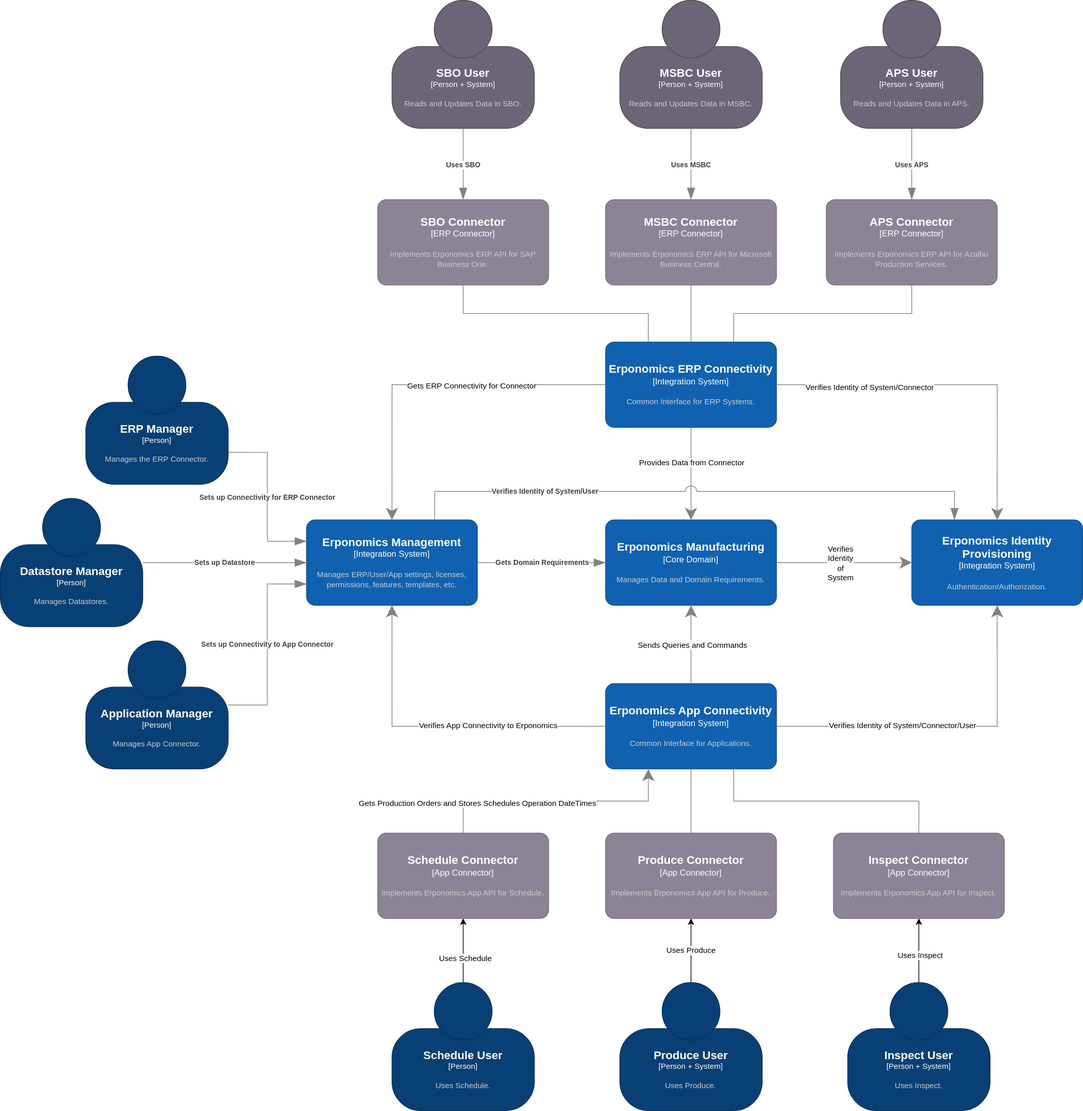
This is diagrams/erponomics-architecture.drawio.svg from azalhu/erponomics, a draw.io export, as it was before one commit. Source tidied: cells renumbered, new cells last; positions are measured from the earlier drawing's top-left corner, leaving out a move shared by most shapes.
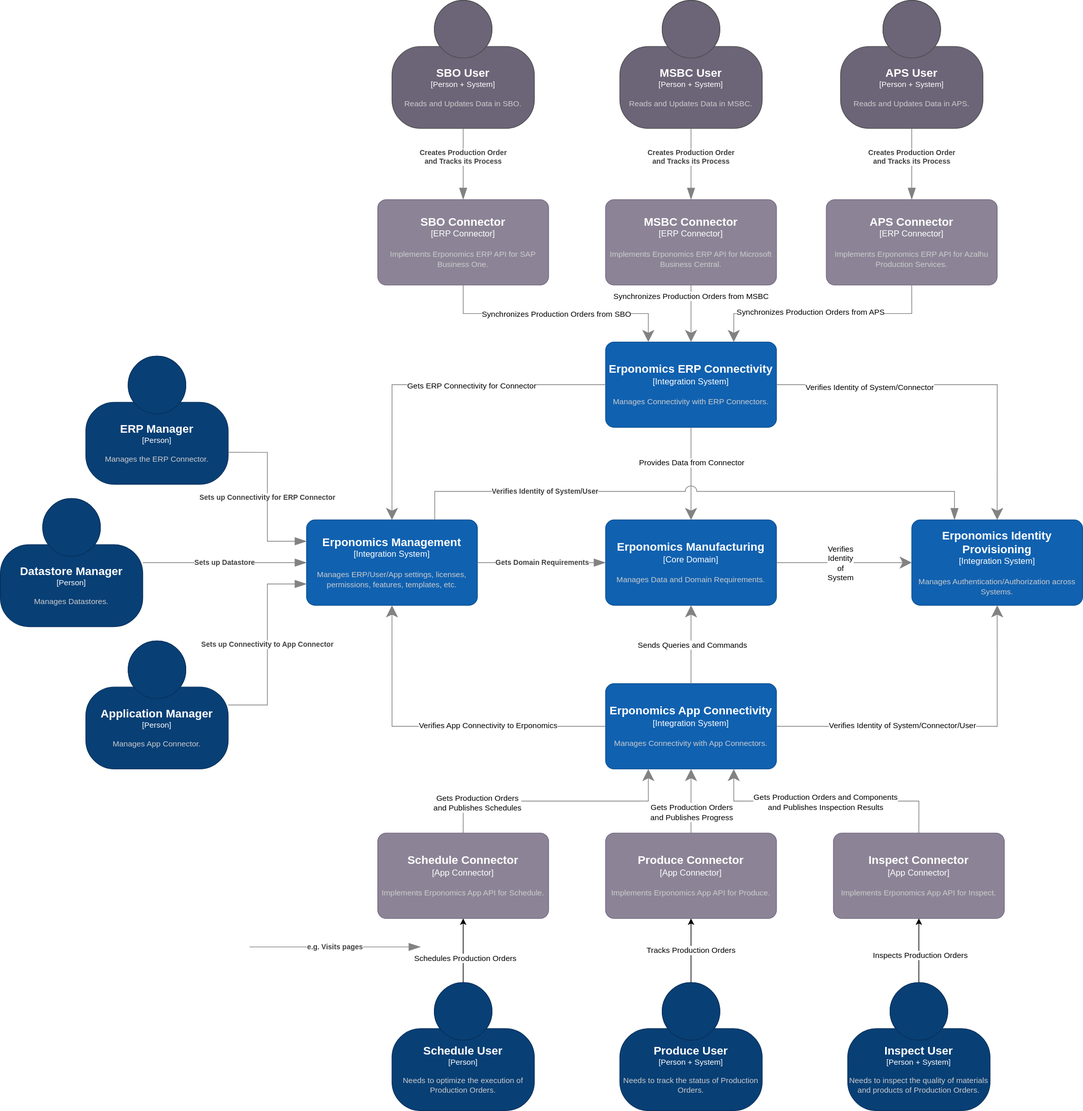
The same diagram one commit later.

The edit, as a diff of the source:
```diff
@@ -9,3 +9,3 @@
     </object>
-    <object id="3" label="&lt;font style=&quot;font-size: 16px&quot;&gt;&lt;b&gt;%c4Name%&lt;/b&gt;&lt;/font&gt;&lt;div&gt;[%c4Type%]&lt;/div&gt;&lt;br&gt;&lt;div&gt;&lt;font style=&quot;font-size: 11px&quot;&gt;&lt;font color=&quot;#cccccc&quot;&gt;%c4Description%&lt;/font&gt;&lt;/div&gt;" c4Description="Common Interface for ERP Systems." c4Name="Erponomics ERP Connectivity" c4Type="Integration System" placeholders="1">
+    <object id="3" label="&lt;font style=&quot;font-size: 16px&quot;&gt;&lt;b&gt;%c4Name%&lt;/b&gt;&lt;/font&gt;&lt;div&gt;[%c4Type%]&lt;/div&gt;&lt;br&gt;&lt;div&gt;&lt;font style=&quot;font-size: 11px&quot;&gt;&lt;font color=&quot;#cccccc&quot;&gt;%c4Description%&lt;/font&gt;&lt;/div&gt;" c4Description="Manages Connectivity with ERP Connectors." c4Name="Erponomics ERP Connectivity" c4Type="Integration System" placeholders="1">
       <mxCell style="rounded=1;whiteSpace=wrap;html=1;labelBackgroundColor=none;fillColor=#1061B0;fontColor=#ffffff;align=center;arcSize=10;strokeColor=#0D5091;points=[[0.25,0,0],[0.5,0,0],[0.75,0,0],[1,0.25,0],[1,0.5,0],[1,0.75,0],[0.75,1,0],[0.5,1,0],[0.25,1,0],[0,0.75,0],[0,0.5,0],[0,0.25,0]];" parent="1" vertex="1">
@@ -14,3 +14,3 @@
     </object>
-    <object id="4" label="&lt;font style=&quot;font-size: 16px&quot;&gt;&lt;b&gt;%c4Name%&lt;/b&gt;&lt;/font&gt;&lt;div&gt;[%c4Type%]&lt;/div&gt;&lt;br&gt;&lt;div&gt;&lt;font style=&quot;font-size: 11px&quot;&gt;&lt;font color=&quot;#cccccc&quot;&gt;%c4Description%&lt;/font&gt;&lt;/div&gt;" c4Description="Common Interface for Applications." c4Name="Erponomics App Connectivity" c4Type="Integration System" placeholders="1">
+    <object id="4" label="&lt;font style=&quot;font-size: 16px&quot;&gt;&lt;b&gt;%c4Name%&lt;/b&gt;&lt;/font&gt;&lt;div&gt;[%c4Type%]&lt;/div&gt;&lt;br&gt;&lt;div&gt;&lt;font style=&quot;font-size: 11px&quot;&gt;&lt;font color=&quot;#cccccc&quot;&gt;%c4Description%&lt;/font&gt;&lt;/div&gt;" c4Description="Manages Connectivity with App Connectors." c4Name="Erponomics App Connectivity" c4Type="Integration System" placeholders="1">
       <mxCell style="rounded=1;whiteSpace=wrap;html=1;labelBackgroundColor=none;fillColor=#1061B0;fontColor=#ffffff;align=center;arcSize=10;strokeColor=#0D5091;points=[[0.25,0,0],[0.5,0,0],[0.75,0,0],[1,0.25,0],[1,0.5,0],[1,0.75,0],[0.75,1,0],[0.5,1,0],[0.25,1,0],[0,0.75,0],[0,0.5,0],[0,0.25,0]];" parent="1" vertex="1">
@@ -24,3 +24,3 @@
     </object>
-    <object id="6" label="&lt;font style=&quot;font-size: 16px&quot;&gt;&lt;b&gt;%c4Name%&lt;/b&gt;&lt;/font&gt;&lt;div&gt;[%c4Type%]&lt;/div&gt;&lt;br&gt;&lt;div&gt;&lt;font style=&quot;font-size: 11px&quot;&gt;&lt;font color=&quot;#cccccc&quot;&gt;%c4Description%&lt;/font&gt;&lt;/div&gt;" c4Description="Authentication/Authorization." c4Name="Erponomics Identity Provisioning" c4Type="Integration System" placeholders="1">
+    <object id="6" label="&lt;font style=&quot;font-size: 16px&quot;&gt;&lt;b&gt;%c4Name%&lt;/b&gt;&lt;/font&gt;&lt;div&gt;[%c4Type%]&lt;/div&gt;&lt;br&gt;&lt;div&gt;&lt;font style=&quot;font-size: 11px&quot;&gt;&lt;font color=&quot;#cccccc&quot;&gt;%c4Description%&lt;/font&gt;&lt;/div&gt;" c4Description="Manages Authentication/Authorization across Systems." c4Name="Erponomics Identity Provisioning" c4Type="Integration System" placeholders="1">
       <mxCell style="rounded=1;whiteSpace=wrap;html=1;labelBackgroundColor=none;fillColor=#1061B0;fontColor=#ffffff;align=center;arcSize=10;strokeColor=#0D5091;points=[[0.25,0,0],[0.5,0,0],[0.75,0,0],[1,0.25,0],[1,0.5,0],[1,0.75,0],[0.75,1,0],[0.5,1,0],[0.25,1,0],[0,0.75,0],[0,0.5,0],[0,0.25,0]];" parent="1" vertex="1">
@@ -60,3 +60,3 @@
     <object id="13" label="" c4Type="Relationship" placeholders="1">
-      <mxCell style="endArrow=none;html=1;fontSize=10;fontColor=#404040;strokeWidth=1;endFill=0;strokeColor=#828282;elbow=vertical;endSize=14;startSize=14;jumpStyle=arc;jumpSize=16;rounded=0;edgeStyle=orthogonalEdgeStyle;entryX=0.5;entryY=1;entryDx=0;entryDy=0;entryPerimeter=0;exitX=0.5;exitY=0;exitDx=0;exitDy=0;exitPerimeter=0;" parent="1" edge="1" source="3" target="8">
+      <mxCell style="endArrow=classic;html=1;fontSize=10;fontColor=#404040;strokeWidth=1;endFill=1;strokeColor=#828282;elbow=vertical;endSize=14;startSize=14;jumpStyle=arc;jumpSize=16;rounded=0;edgeStyle=orthogonalEdgeStyle;exitX=0.5;exitY=1;exitDx=0;exitDy=0;exitPerimeter=0;entryX=0.5;entryY=0;entryDx=0;entryDy=0;entryPerimeter=0;" parent="1" edge="1" source="8" target="3">
         <mxGeometry relative="1" as="geometry" />
@@ -64,4 +64,7 @@
     </object>
+    <mxCell id="56" value="Synchronizes Production Orders from MSBC" style="edgeLabel;html=1;align=center;verticalAlign=middle;" parent="13" vertex="1">
+      <mxGeometry x="-0.62" y="-1" relative="1" as="geometry" />
+    </mxCell>
     <object id="14" label="" c4Type="Relationship" placeholders="1">
-      <mxCell style="endArrow=none;html=1;fontSize=10;fontColor=#404040;strokeWidth=1;endFill=0;strokeColor=#828282;elbow=vertical;endSize=14;startSize=14;jumpStyle=arc;jumpSize=16;rounded=0;edgeStyle=orthogonalEdgeStyle;entryX=0.5;entryY=1;entryDx=0;entryDy=0;entryPerimeter=0;exitX=0.25;exitY=0;exitDx=0;exitDy=0;exitPerimeter=0;" parent="1" edge="1" source="3" target="7">
+      <mxCell style="endArrow=classic;html=1;fontSize=10;fontColor=#404040;strokeWidth=1;endFill=1;strokeColor=#828282;elbow=vertical;endSize=14;startSize=14;jumpStyle=arc;jumpSize=16;rounded=0;edgeStyle=orthogonalEdgeStyle;entryX=0.25;entryY=0;entryDx=0;entryDy=0;entryPerimeter=0;exitX=0.5;exitY=1;exitDx=0;exitDy=0;exitPerimeter=0;" parent="1" edge="1" source="7" target="3">
         <mxGeometry relative="1" as="geometry" />
@@ -69,4 +72,7 @@
     </object>
+    <mxCell id="57" value="Synchronizes Production Orders from SBO" style="edgeLabel;html=1;align=center;verticalAlign=middle;" parent="14" vertex="1">
+      <mxGeometry x="0.01" relative="1" as="geometry" />
+    </mxCell>
     <object id="15" label="" c4Type="Relationship" placeholders="1">
-      <mxCell style="endArrow=none;html=1;fontSize=10;fontColor=#404040;strokeWidth=1;endFill=0;strokeColor=#828282;elbow=vertical;endSize=14;startSize=14;jumpStyle=arc;jumpSize=16;rounded=0;edgeStyle=orthogonalEdgeStyle;entryX=0.5;entryY=1;entryDx=0;entryDy=0;entryPerimeter=0;exitX=0.75;exitY=0;exitDx=0;exitDy=0;exitPerimeter=0;" parent="1" edge="1" source="3" target="9">
+      <mxCell style="endArrow=classic;html=1;fontSize=10;fontColor=#404040;strokeWidth=1;endFill=1;strokeColor=#828282;elbow=vertical;endSize=14;startSize=14;jumpStyle=arc;jumpSize=16;rounded=0;edgeStyle=orthogonalEdgeStyle;exitX=0.5;exitY=1;exitDx=0;exitDy=0;exitPerimeter=0;entryX=0.75;entryY=0;entryDx=0;entryDy=0;entryPerimeter=0;" parent="1" edge="1" source="9" target="3">
         <mxGeometry relative="1" as="geometry" />
@@ -74,2 +80,5 @@
     </object>
+    <mxCell id="58" value="Synchronizes Production Orders from APS" style="edgeLabel;html=1;align=center;verticalAlign=middle;" parent="15" vertex="1">
+      <mxGeometry x="0.1" y="-3" relative="1" as="geometry" />
+    </mxCell>
     <object id="16" label="" c4Type="Relationship" placeholders="1">
@@ -103,3 +112,3 @@
     <object id="22" label="" c4Type="Relationship" placeholders="1">
-      <mxCell style="endArrow=none;html=1;fontSize=10;fontColor=#404040;strokeWidth=1;endFill=0;strokeColor=#828282;elbow=vertical;endSize=14;startSize=14;jumpStyle=arc;jumpSize=16;rounded=0;edgeStyle=orthogonalEdgeStyle;exitX=0.5;exitY=1;exitDx=0;exitDy=0;exitPerimeter=0;entryX=0.5;entryY=0;entryDx=0;entryDy=0;entryPerimeter=0;" parent="1" edge="1" source="4" target="11">
+      <mxCell style="endArrow=classic;html=1;fontSize=10;fontColor=#404040;strokeWidth=1;endFill=1;strokeColor=#828282;elbow=vertical;endSize=14;startSize=14;jumpStyle=arc;jumpSize=16;rounded=0;edgeStyle=orthogonalEdgeStyle;exitX=0.5;exitY=0;exitDx=0;exitDy=0;exitPerimeter=0;entryX=0.5;entryY=1;entryDx=0;entryDy=0;entryPerimeter=0;" parent="1" edge="1" source="11" target="4">
         <mxGeometry relative="1" as="geometry" />
@@ -107,4 +116,9 @@
     </object>
+    <mxCell id="59" value="Gets Production Orders&lt;div&gt;and Publishes Progress&lt;/div&gt;" style="edgeLabel;html=1;align=center;verticalAlign=middle;" parent="22" vertex="1">
+      <mxGeometry x="0.27" y="1" relative="1" as="geometry">
+        <mxPoint x="1" y="27" as="offset" />
+      </mxGeometry>
+    </mxCell>
     <object id="23" label="" c4Type="Relationship" placeholders="1">
-      <mxCell style="endArrow=none;html=1;fontSize=10;fontColor=#404040;strokeWidth=1;endFill=0;strokeColor=#828282;elbow=vertical;endSize=14;startSize=14;jumpStyle=arc;jumpSize=16;rounded=0;edgeStyle=orthogonalEdgeStyle;exitX=0.75;exitY=1;exitDx=0;exitDy=0;exitPerimeter=0;entryX=0.5;entryY=0;entryDx=0;entryDy=0;entryPerimeter=0;" parent="1" edge="1" source="4" target="12">
+      <mxCell style="endArrow=classic;html=1;fontSize=10;fontColor=#404040;strokeWidth=1;endFill=1;strokeColor=#828282;elbow=vertical;endSize=14;startSize=14;jumpStyle=arc;jumpSize=16;rounded=0;edgeStyle=orthogonalEdgeStyle;exitX=0.5;exitY=0;exitDx=0;exitDy=0;exitPerimeter=0;entryX=0.75;entryY=1;entryDx=0;entryDy=0;entryPerimeter=0;" parent="1" edge="1" source="12" target="4">
         <mxGeometry relative="1" as="geometry" />
@@ -112,2 +126,5 @@
     </object>
+    <mxCell id="60" value="Gets Production Orders and Components&lt;div&gt;and Publishes Inspection Results&lt;/div&gt;" style="edgeLabel;html=1;align=center;verticalAlign=middle;" parent="23" vertex="1">
+      <mxGeometry x="0.01" y="1" relative="1" as="geometry" />
+    </mxCell>
     <object id="24" label="" c4Type="Relationship" placeholders="1">
@@ -117,3 +134,3 @@
     </object>
-    <mxCell id="25" value="Gets Production Orders and Stores Schedules Operation DateTimes" style="edgeLabel;html=1;align=center;verticalAlign=middle;" parent="24" vertex="1">
+    <mxCell id="25" value="Gets Production Orders&lt;div&gt;and Publishes Schedules&lt;/div&gt;" style="edgeLabel;html=1;align=center;verticalAlign=middle;" parent="24" vertex="1">
       <mxGeometry x="0.09" y="-2" relative="1" as="geometry">
@@ -157,6 +174,6 @@
     </mxCell>
-    <mxCell id="35" value="Uses Schedule" style="edgeLabel;html=1;align=center;verticalAlign=middle;" parent="34" vertex="1">
+    <mxCell id="35" value="Schedules Production Orders" style="edgeLabel;html=1;align=center;verticalAlign=middle;" parent="34" vertex="1">
       <mxGeometry x="-0.23" y="-2" relative="1" as="geometry" />
     </mxCell>
-    <mxCell id="36" value="Uses Produce" style="edgeStyle=orthogonalEdgeStyle;rounded=0;jettySize=auto;html=1;entryX=0.5;entryY=1;entryDx=0;entryDy=0;entryPerimeter=0;exitX=0.5;exitY=0;exitDx=0;exitDy=0;exitPerimeter=0;" parent="1" edge="1" source="43" target="11">
+    <mxCell id="36" value="&lt;div&gt;Tracks Production Orders&lt;/div&gt;" style="edgeStyle=orthogonalEdgeStyle;rounded=0;jettySize=auto;html=1;entryX=0.5;entryY=1;entryDx=0;entryDy=0;entryPerimeter=0;exitX=0.5;exitY=0;exitDx=0;exitDy=0;exitPerimeter=0;" parent="1" edge="1" source="43" target="11">
       <mxGeometry relative="1" as="geometry" />
@@ -166,3 +183,3 @@
     </mxCell>
-    <mxCell id="38" value="Uses Inspect" style="edgeLabel;html=1;align=center;verticalAlign=middle;" parent="37" vertex="1">
+    <mxCell id="38" value="Inspects Production Orders" style="edgeLabel;html=1;align=center;verticalAlign=middle;" parent="37" vertex="1">
       <mxGeometry x="-0.13" y="-1" relative="1" as="geometry" />
@@ -184,3 +201,3 @@
     </object>
-    <object id="42" label="&lt;font style=&quot;font-size: 16px&quot;&gt;&lt;b&gt;%c4Name%&lt;/b&gt;&lt;/font&gt;&lt;div&gt;[%c4Type%]&lt;/div&gt;&lt;br&gt;&lt;div&gt;&lt;font style=&quot;font-size: 11px&quot;&gt;&lt;font color=&quot;#cccccc&quot;&gt;%c4Description%&lt;/font&gt;&lt;/div&gt;" c4Description="Uses Schedule." c4Name="Schedule User" c4Type="Person" placeholders="1">
+    <object id="42" label="&lt;font style=&quot;font-size: 16px&quot;&gt;&lt;b&gt;%c4Name%&lt;/b&gt;&lt;/font&gt;&lt;div&gt;[%c4Type%]&lt;/div&gt;&lt;br&gt;&lt;div&gt;&lt;font style=&quot;font-size: 11px&quot;&gt;&lt;font color=&quot;#cccccc&quot;&gt;%c4Description%&lt;/font&gt;&lt;/div&gt;" c4Description="Needs to optimize the execution of Production Orders." c4Name="Schedule User" c4Type="Person" placeholders="1">
       <mxCell style="html=1;fontSize=11;dashed=0;whiteSpace=wrap;fillColor=#083F75;strokeColor=#06315C;fontColor=#ffffff;shape=mxgraph.c4.person2;align=center;points=[[0.5,0,0],[1,0.5,0],[1,0.75,0],[0.75,1,0],[0.5,1,0],[0.25,1,0],[0,0.75,0],[0,0.5,0]];" parent="1" vertex="1">
@@ -189,3 +206,3 @@
     </object>
-    <object id="43" label="&lt;font style=&quot;font-size: 16px&quot;&gt;&lt;b&gt;%c4Name%&lt;/b&gt;&lt;/font&gt;&lt;div&gt;[%c4Type%]&lt;/div&gt;&lt;br&gt;&lt;div&gt;&lt;font style=&quot;font-size: 11px&quot;&gt;&lt;font color=&quot;#cccccc&quot;&gt;%c4Description%&lt;/font&gt;&lt;/div&gt;" c4Description="Uses Produce." c4Name="Produce User" c4Type="Person + System" placeholders="1">
+    <object id="43" label="&lt;font style=&quot;font-size: 16px&quot;&gt;&lt;b&gt;%c4Name%&lt;/b&gt;&lt;/font&gt;&lt;div&gt;[%c4Type%]&lt;/div&gt;&lt;br&gt;&lt;div&gt;&lt;font style=&quot;font-size: 11px&quot;&gt;&lt;font color=&quot;#cccccc&quot;&gt;%c4Description%&lt;/font&gt;&lt;/div&gt;" c4Description="Needs to track the status of Production Orders." c4Name="Produce User" c4Type="Person + System" placeholders="1">
       <mxCell style="html=1;fontSize=11;dashed=0;whiteSpace=wrap;fillColor=#083F75;strokeColor=#06315C;fontColor=#ffffff;shape=mxgraph.c4.person2;align=center;points=[[0.5,0,0],[1,0.5,0],[1,0.75,0],[0.75,1,0],[0.5,1,0],[0.25,1,0],[0,0.75,0],[0,0.5,0]];" parent="1" vertex="1">
@@ -194,3 +211,3 @@
     </object>
-    <object id="44" label="&lt;font style=&quot;font-size: 16px&quot;&gt;&lt;b&gt;%c4Name%&lt;/b&gt;&lt;/font&gt;&lt;div&gt;[%c4Type%]&lt;/div&gt;&lt;br&gt;&lt;div&gt;&lt;font style=&quot;font-size: 11px&quot;&gt;&lt;font color=&quot;#cccccc&quot;&gt;%c4Description%&lt;/font&gt;&lt;/div&gt;" c4Description="Uses Inspect." c4Name="Inspect User" c4Type="Person + System" placeholders="1">
+    <object id="44" label="&lt;font style=&quot;font-size: 16px&quot;&gt;&lt;b&gt;%c4Name%&lt;/b&gt;&lt;/font&gt;&lt;div&gt;[%c4Type%]&lt;/div&gt;&lt;br&gt;&lt;div&gt;&lt;font style=&quot;font-size: 11px&quot;&gt;&lt;font color=&quot;#cccccc&quot;&gt;%c4Description%&lt;/font&gt;&lt;/div&gt;" c4Description="Needs to inspect the quality of materials and products of Production Orders." c4Name="Inspect User" c4Type="Person + System" placeholders="1">
       <mxCell style="html=1;fontSize=11;dashed=0;whiteSpace=wrap;fillColor=#083F75;strokeColor=#06315C;fontColor=#ffffff;shape=mxgraph.c4.person2;align=center;points=[[0.5,0,0],[1,0.5,0],[1,0.75,0],[0.75,1,0],[0.5,1,0],[0.25,1,0],[0,0.75,0],[0,0.5,0]];" parent="1" vertex="1">
@@ -244,17 +261,30 @@
     </object>
-    <object id="53" label="&lt;div style=&quot;text-align: left&quot;&gt;&lt;div style=&quot;text-align: center&quot;&gt;&lt;b&gt;%c4Description%&lt;/b&gt;&lt;/div&gt;" c4Description="Uses SBO" c4Type="Relationship" placeholders="1">
+    <object id="53" label="&lt;div style=&quot;text-align: left&quot;&gt;&lt;div style=&quot;text-align: center&quot;&gt;&lt;b&gt;%c4Description%&lt;/b&gt;&lt;/div&gt;" c4Description="Creates Production Order&#10;and Tracks its Process" c4Type="Relationship" placeholders="1">
       <mxCell style="endArrow=blockThin;html=1;fontSize=10;fontColor=#404040;strokeWidth=1;endFill=1;strokeColor=#828282;elbow=vertical;endSize=14;startSize=14;jumpStyle=arc;jumpSize=16;rounded=0;edgeStyle=orthogonalEdgeStyle;exitX=0.5;exitY=1;exitDx=0;exitDy=0;exitPerimeter=0;entryX=0.5;entryY=0;entryDx=0;entryDy=0;entryPerimeter=0;" parent="1" edge="1" source="39" target="7">
-        <mxGeometry relative="1" as="geometry" />
+        <mxGeometry x="-0.2" relative="1" as="geometry" />
       </mxCell>
     </object>
-    <object id="54" label="&lt;div style=&quot;text-align: left&quot;&gt;&lt;div style=&quot;text-align: center&quot;&gt;&lt;b&gt;%c4Description%&lt;/b&gt;&lt;/div&gt;" c4Description="Uses MSBC" c4Type="Relationship" placeholders="1">
+    <object id="54" label="&lt;div style=&quot;text-align: left&quot;&gt;&lt;div style=&quot;text-align: center&quot;&gt;&lt;b&gt;%c4Description%&lt;/b&gt;&lt;/div&gt;" c4Description="Creates Production Order&#10;and Tracks its Process" c4Type="Relationship" placeholders="1">
       <mxCell style="endArrow=blockThin;html=1;fontSize=10;fontColor=#404040;strokeWidth=1;endFill=1;strokeColor=#828282;elbow=vertical;endSize=14;startSize=14;jumpStyle=arc;jumpSize=16;rounded=0;edgeStyle=orthogonalEdgeStyle;exitX=0.5;exitY=1;exitDx=0;exitDy=0;exitPerimeter=0;entryX=0.5;entryY=0;entryDx=0;entryDy=0;entryPerimeter=0;" parent="1" edge="1" source="40" target="8">
-        <mxGeometry relative="1" as="geometry" />
+        <mxGeometry x="-0.2" relative="1" as="geometry">
+          <Array as="points">
+            <mxPoint x="970" y="210" />
+            <mxPoint x="970" y="210" />
+          </Array>
+        </mxGeometry>
       </mxCell>
     </object>
-    <object id="55" label="&lt;div style=&quot;text-align: left&quot;&gt;&lt;div style=&quot;text-align: center&quot;&gt;&lt;b&gt;%c4Description%&lt;/b&gt;&lt;/div&gt;" c4Description="Uses APS" c4Type="Relationship" placeholders="1">
+    <object id="55" label="&lt;div style=&quot;text-align: left&quot;&gt;&lt;div style=&quot;text-align: center&quot;&gt;&lt;b&gt;%c4Description%&lt;/b&gt;&lt;/div&gt;" c4Description="Creates Production Order&#10;and Tracks its Process" c4Type="Relationship" placeholders="1">
       <mxCell style="endArrow=blockThin;html=1;fontSize=10;fontColor=#404040;strokeWidth=1;endFill=1;strokeColor=#828282;elbow=vertical;endSize=14;startSize=14;jumpStyle=arc;jumpSize=16;rounded=0;edgeStyle=orthogonalEdgeStyle;exitX=0.5;exitY=1;exitDx=0;exitDy=0;exitPerimeter=0;entryX=0.5;entryY=0;entryDx=0;entryDy=0;entryPerimeter=0;" parent="1" edge="1" source="41" target="9">
-        <mxGeometry relative="1" as="geometry" />
+        <mxGeometry x="-0.2" relative="1" as="geometry" />
       </mxCell>
     </object>
+    <object id="61" label="&lt;div style=&quot;text-align: left&quot;&gt;&lt;div style=&quot;text-align: center&quot;&gt;&lt;b&gt;%c4Description%&lt;/b&gt;&lt;/div&gt;" c4Description="e.g. Visits pages" c4Type="Relationship" placeholders="1">
+      <mxCell style="endArrow=blockThin;html=1;fontSize=10;fontColor=#404040;strokeWidth=1;endFill=1;strokeColor=#828282;elbow=vertical;endSize=14;startSize=14;jumpStyle=arc;jumpSize=16;rounded=0;edgeStyle=orthogonalEdgeStyle;" parent="1" edge="1">
+        <mxGeometry relative="1" as="geometry">
+          <mxPoint x="350" y="1330" as="sourcePoint" />
+          <mxPoint x="590" y="1330" as="targetPoint" />
+        </mxGeometry>
+      </mxCell>
+    </object>
   </root>
```
